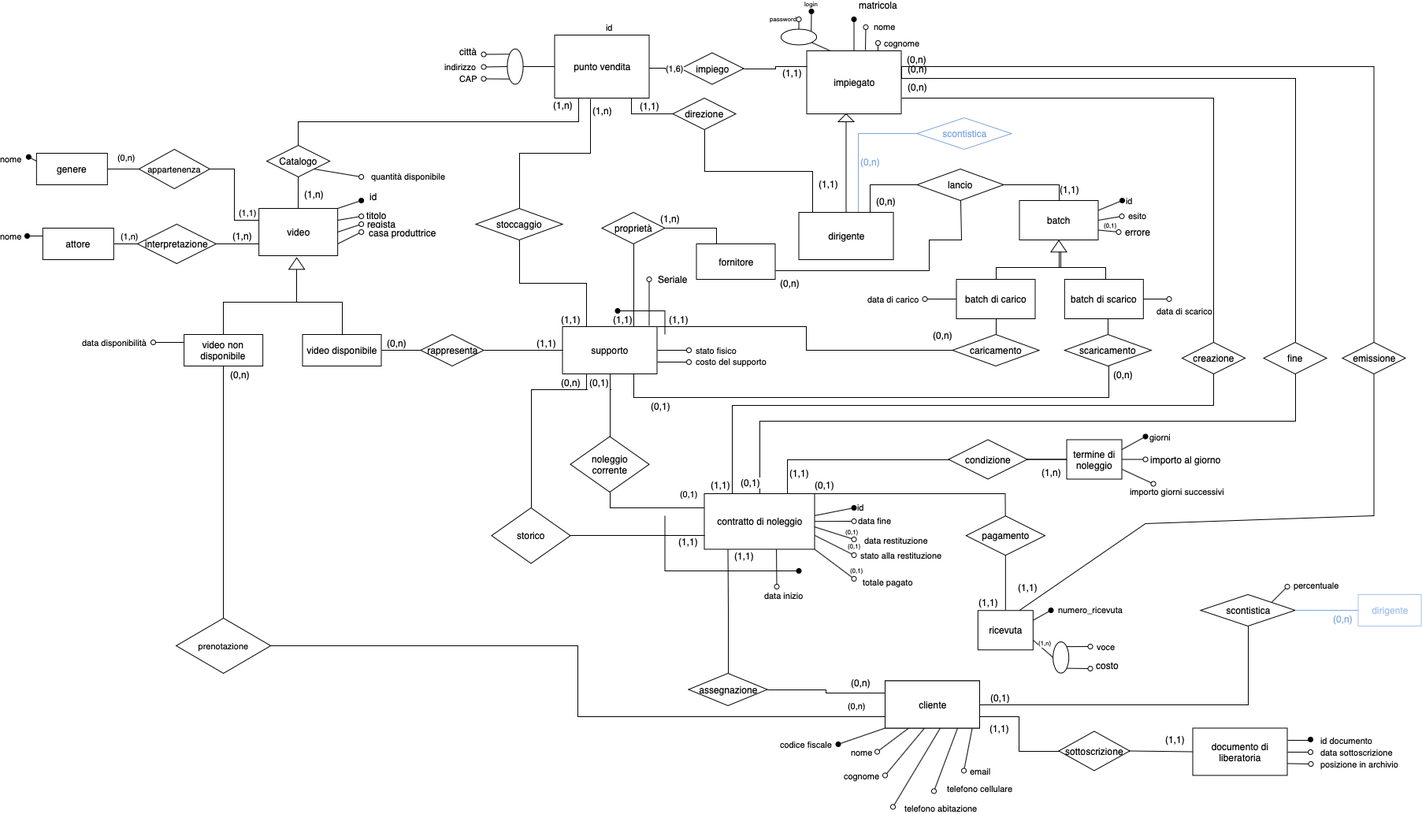
The draw.io diagram docs/Progettazione_concettuale.png in marcoromag/bd-noleggio, before a commit. Source tidied: cells renumbered, new cells last; positions are measured from the earlier drawing's top-left corner, leaving out a move shared by most shapes.
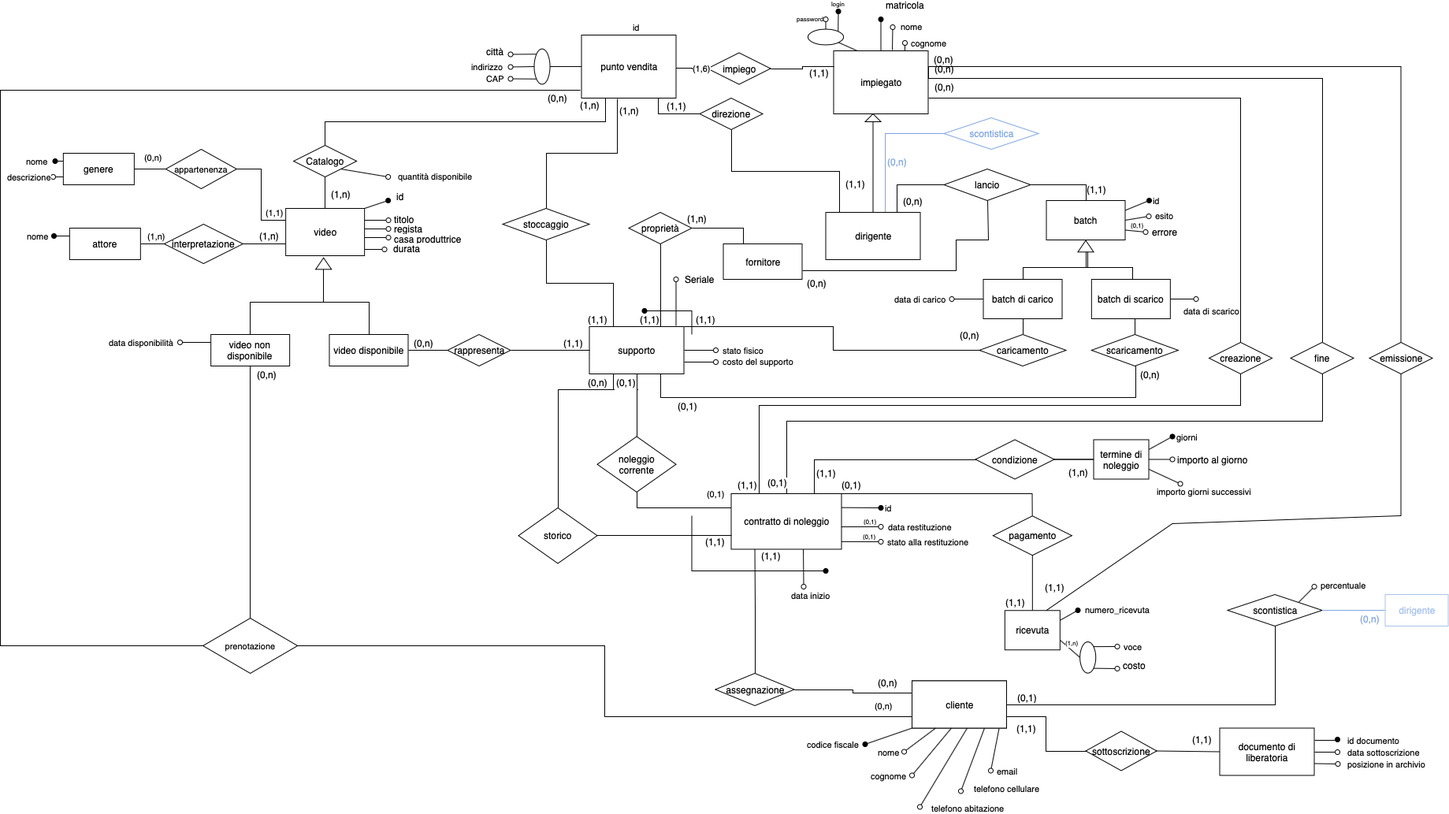
The same diagram one commit later.

What changed in the source:
```diff
@@ -122,7 +122,7 @@
     </mxCell>
     <mxCell id="29" style="rounded=0;jettySize=auto;html=1;exitX=1;exitY=0.25;exitDx=0;exitDy=0;startArrow=none;startFill=0;endArrow=oval;endFill=0;" parent="1" edge="1" source="36">
       <mxGeometry relative="1" as="geometry">
-        <mxPoint x="424.6" y="260" as="targetPoint" />
+        <mxPoint x="425" y="265" as="targetPoint" />
       </mxGeometry>
     </mxCell>
     <mxCell id="30" value="titolo" style="text;html=1;align=center;verticalAlign=middle;labelBackgroundColor=#ffffff;" parent="29" vertex="1">
@@ -130,9 +130,10 @@
         <mxPoint x="20.2" y="1" as="offset" />
       </mxGeometry>
     </mxCell>
-    <mxCell id="31" style="rounded=0;jettySize=auto;html=1;exitX=1;exitY=0.5;exitDx=0;exitDy=0;startArrow=none;startFill=0;endArrow=oval;endFill=0;" parent="1" edge="1" source="36">
+    <mxCell id="31" style="rounded=0;orthogonalLoop=1;jettySize=auto;html=1;exitX=1;exitY=0.5;exitDx=0;exitDy=0;startArrow=none;startFill=0;endArrow=oval;endFill=0;" parent="1" edge="1">
       <mxGeometry relative="1" as="geometry">
-        <mxPoint x="424.6" y="270" as="targetPoint" />
+        <mxPoint x="394.7" y="276" as="sourcePoint" />
+        <mxPoint x="425" y="276" as="targetPoint" />
       </mxGeometry>
     </mxCell>
     <mxCell id="32" value="regista" style="text;html=1;align=center;verticalAlign=middle;labelBackgroundColor=#ffffff;" parent="31" vertex="1">
@@ -140,9 +141,10 @@
         <mxPoint x="25.2" y="0.7" as="offset" />
       </mxGeometry>
     </mxCell>
-    <mxCell id="33" style="rounded=0;jettySize=auto;html=1;exitX=1;exitY=0.75;exitDx=0;exitDy=0;startArrow=none;startFill=0;endArrow=oval;endFill=0;" parent="1" edge="1" source="36">
+    <mxCell id="33" style="rounded=0;orthogonalLoop=1;jettySize=auto;html=1;exitX=1;exitY=0.75;exitDx=0;exitDy=0;startArrow=none;startFill=0;endArrow=oval;endFill=0;" parent="1" edge="1">
       <mxGeometry relative="1" as="geometry">
-        <mxPoint x="424.6" y="280" as="targetPoint" />
+        <mxPoint x="394.7" y="287" as="sourcePoint" />
+        <mxPoint x="425" y="287" as="targetPoint" />
       </mxGeometry>
     </mxCell>
     <mxCell id="34" value="casa produttrice" style="text;html=1;align=center;verticalAlign=middle;labelBackgroundColor=#ffffff;" parent="33" vertex="1">
@@ -331,45 +333,25 @@
         <mxPoint x="-4" y="12" as="offset" />
       </mxGeometry>
     </mxCell>
-    <mxCell id="76" value="data fine" style="rounded=0;jettySize=auto;html=1;exitX=1;exitY=0.5;exitDx=0;exitDy=0;startArrow=none;startFill=0;endArrow=oval;endFill=0;" parent="1" edge="1" source="84">
-      <mxGeometry x="1" y="-30" relative="1" as="geometry">
-        <mxPoint x="1050" y="647" as="targetPoint" />
-        <mxPoint x="26" y="-30" as="offset" />
-      </mxGeometry>
-    </mxCell>
-    <mxCell id="77" value="&lt;font style=&quot;font-size: 11px&quot;&gt;stato alla restituzione&lt;/font&gt;" style="rounded=0;jettySize=auto;html=1;exitX=1;exitY=0.75;exitDx=0;exitDy=0;startArrow=none;startFill=0;endArrow=oval;endFill=0;" parent="1" edge="1" source="84">
+    <mxCell id="77" value="&lt;font style=&quot;font-size: 11px&quot;&gt;stato alla restituzione&lt;/font&gt;" style="rounded=0;orthogonalLoop=1;jettySize=auto;html=1;exitX=1;exitY=0.75;exitDx=0;exitDy=0;startArrow=none;startFill=0;endArrow=oval;endFill=0;" parent="1" edge="1">
       <mxGeometry x="1" y="60" relative="1" as="geometry">
-        <mxPoint x="1050" y="690" as="targetPoint" />
-        <mxPoint x="33" y="54" as="offset" />
+        <mxPoint x="1000" y="672.9" as="sourcePoint" />
+        <mxPoint x="1050" y="673" as="targetPoint" />
+        <mxPoint x="60" y="60" as="offset" />
       </mxGeometry>
     </mxCell>
     <mxCell id="78" value="&lt;font style=&quot;font-size: 8px&quot;&gt;(0,1)&lt;/font&gt;" style="text;html=1;align=center;verticalAlign=middle;labelBackgroundColor=#ffffff;" parent="77" vertex="1">
       <mxGeometry x="0.21" y="1" relative="1" as="geometry">
-        <mxPoint x="19.2" y="-3" as="offset" />
+        <mxPoint x="4.5" y="-7.7" as="offset" />
       </mxGeometry>
     </mxCell>
-    <mxCell id="79" style="rounded=0;jettySize=auto;html=1;startArrow=none;startFill=0;endArrow=oval;endFill=0;exitX=1;exitY=1;exitDx=0;exitDy=0;" parent="1" edge="1" source="84">
-      <mxGeometry relative="1" as="geometry">
-        <mxPoint x="1050" y="720" as="targetPoint" />
-      </mxGeometry>
-    </mxCell>
-    <mxCell id="80" value="&lt;font style=&quot;font-size: 11px&quot;&gt;totale pagato&lt;/font&gt;" style="text;html=1;align=center;verticalAlign=middle;labelBackgroundColor=#ffffff;" parent="79" vertex="1">
-      <mxGeometry x="0.33" y="-1" relative="1" as="geometry">
-        <mxPoint x="59.8" y="15.1" as="offset" />
-      </mxGeometry>
-    </mxCell>
-    <mxCell id="81" value="(0,1)" style="text;html=1;align=center;verticalAlign=middle;labelBackgroundColor=#ffffff;fontSize=8;" parent="79" vertex="1">
-      <mxGeometry x="0.37" y="-1" relative="1" as="geometry">
-        <mxPoint x="18.7" as="offset" />
-      </mxGeometry>
-    </mxCell>
     <mxCell id="82" style="edgeStyle=orthogonalEdgeStyle;rounded=0;jettySize=auto;html=1;exitX=0.75;exitY=0;exitDx=0;exitDy=0;entryX=0;entryY=0.5;entryDx=0;entryDy=0;startArrow=none;startFill=0;endArrow=none;endFill=0;strokeColor=#000000;" parent="1" edge="1" source="84" target="117">
       <mxGeometry relative="1" as="geometry" />
     </mxCell>
-    <mxCell id="83" value="id" style="rounded=0;jettySize=auto;html=1;exitX=0.996;exitY=0.397;exitDx=0;exitDy=0;endArrow=oval;endFill=1;exitPerimeter=0;" parent="1" edge="1" source="84">
-      <mxGeometry x="1" y="-10" relative="1" as="geometry">
+    <mxCell id="83" value="id" style="rounded=0;jettySize=auto;html=1;exitX=1;exitY=0.25;exitDx=0;exitDy=0;endArrow=oval;endFill=1;" parent="1" edge="1" source="84">
+      <mxGeometry x="1" y="10" relative="1" as="geometry">
         <mxPoint x="1050" y="630" as="targetPoint" />
-        <mxPoint x="7" y="-10" as="offset" />
+        <mxPoint x="10" y="10" as="offset" />
       </mxGeometry>
     </mxCell>
     <mxCell id="84" value="contratto di noleggio" style="rounded=0;whiteSpace=wrap;html=1;" parent="1" vertex="1">
@@ -668,14 +650,14 @@
       </mxGeometry>
     </mxCell>
     <mxCell id="148" value="&lt;font style=&quot;font-size: 11px&quot;&gt;data restituzione&lt;/font&gt;" style="rounded=0;jettySize=auto;html=1;exitX=0.998;exitY=0.597;exitDx=0;exitDy=0;startArrow=none;startFill=0;endArrow=oval;endFill=0;exitPerimeter=0;" parent="1" edge="1" source="84">
-      <mxGeometry x="1" y="50" relative="1" as="geometry">
-        <mxPoint x="1050" y="670" as="targetPoint" />
-        <mxPoint x="39" y="49" as="offset" />
+      <mxGeometry x="1" y="-50" relative="1" as="geometry">
+        <mxPoint x="1050" y="654" as="targetPoint" />
+        <mxPoint x="50" y="-50" as="offset" />
       </mxGeometry>
     </mxCell>
     <mxCell id="149" value="(0,1)" style="text;html=1;align=center;verticalAlign=middle;labelBackgroundColor=#ffffff;fontSize=8;" parent="148" vertex="1">
       <mxGeometry x="0.31" relative="1" as="geometry">
-        <mxPoint x="13.9" y="-4.6" as="offset" />
+        <mxPoint x="2.9" y="-6.6" as="offset" />
       </mxGeometry>
     </mxCell>
     <mxCell id="150" value="login" style="edgeStyle=none;rounded=0;jettySize=auto;html=1;exitX=0;exitY=0;exitDx=0;exitDy=0;startArrow=none;startFill=0;endArrow=oval;endFill=1;strokeColor=#000000;fontSize=8;" parent="1" edge="1" source="153">
@@ -697,7 +679,7 @@
     </mxCell>
     <mxCell id="154" style="edgeStyle=none;rounded=0;jettySize=auto;html=1;exitX=0;exitY=0.25;exitDx=0;exitDy=0;startArrow=none;startFill=0;endArrow=oval;endFill=1;strokeColor=#000000;fontSize=8;" parent="1" edge="1" source="158">
       <mxGeometry relative="1" as="geometry">
-        <mxPoint x="2.4" y="184.7" as="targetPoint" />
+        <mxPoint x="2" y="190" as="targetPoint" />
       </mxGeometry>
     </mxCell>
     <mxCell id="155" value="nome" style="text;html=1;align=center;verticalAlign=middle;labelBackgroundColor=#ffffff;fontSize=11;" parent="154" vertex="1">
@@ -713,6 +695,12 @@
         <mxPoint x="9.2" y="-15" as="offset" />
       </mxGeometry>
     </mxCell>
+    <mxCell id="225" value="descrizione" style="edgeStyle=orthogonalEdgeStyle;rounded=0;jettySize=auto;html=1;exitX=0;exitY=0.75;exitDx=0;exitDy=0;endArrow=oval;endFill=0;" parent="1" edge="1" source="158">
+      <mxGeometry x="1" y="30" relative="1" as="geometry">
+        <mxPoint x="-0.1" y="209.9" as="targetPoint" />
+        <mxPoint x="-30" y="-30" as="offset" />
+      </mxGeometry>
+    </mxCell>
     <mxCell id="158" value="genere" style="rounded=0;whiteSpace=wrap;html=1;" parent="1" vertex="1">
       <mxGeometry x="12.4" y="180" width="90" height="40" as="geometry" />
     </mxCell>
@@ -777,6 +765,19 @@
         <mxPoint x="23.1" y="-13.9" as="offset" />
       </mxGeometry>
     </mxCell>
+    <mxCell id="226" style="edgeStyle=orthogonalEdgeStyle;rounded=0;jettySize=auto;html=1;exitX=0;exitY=0.5;exitDx=0;exitDy=0;entryX=-0.01;entryY=0.878;entryDx=0;entryDy=0;entryPerimeter=0;endArrow=none;endFill=0;" parent="1" edge="1" source="174" target="7">
+      <mxGeometry relative="1" as="geometry">
+        <Array as="points">
+          <mxPoint x="-68" y="805" />
+          <mxPoint x="-68" y="100" />
+        </Array>
+      </mxGeometry>
+    </mxCell>
+    <mxCell id="227" value="(0,n)" style="text;html=1;align=center;verticalAlign=middle;labelBackgroundColor=#ffffff;" parent="226" vertex="1">
+      <mxGeometry x="0.98" y="2" relative="1" as="geometry">
+        <mxPoint x="-9.9" y="11.6" as="offset" />
+      </mxGeometry>
+    </mxCell>
     <mxCell id="174" value="prenotazione" style="rhombus;whiteSpace=wrap;html=1;fontSize=11;" parent="1" vertex="1">
       <mxGeometry x="189.6" y="770" width="120" height="70" as="geometry" />
     </mxCell>
@@ -1013,5 +1014,19 @@
     <mxCell id="224" value="&lt;font color=&quot;#a9c4eb&quot;&gt;dirigente&lt;/font&gt;" style="rounded=0;whiteSpace=wrap;html=1;strokeColor=#A9C4EB;" parent="1" vertex="1">
       <mxGeometry x="1690" y="740" width="80" height="40" as="geometry" />
     </mxCell>
+    <mxCell id="228" style="rounded=0;orthogonalLoop=1;jettySize=auto;html=1;exitX=1;exitY=1;exitDx=0;exitDy=0;startArrow=none;startFill=0;endArrow=oval;endFill=0;" parent="1" edge="1">
+      <mxGeometry relative="1" as="geometry">
+        <mxPoint x="394.7" y="302" as="sourcePoint" />
+        <mxPoint x="420" y="302" as="targetPoint" />
+      </mxGeometry>
+    </mxCell>
+    <mxCell id="229" value="durata" style="text;html=1;align=left;verticalAlign=middle;labelBackgroundColor=#ffffff;" parent="228" vertex="1">
+      <mxGeometry x="1" y="-3" relative="1" as="geometry">
+        <mxPoint x="9.4" y="-5" as="offset" />
+      </mxGeometry>
+    </mxCell>
+    <mxCell id="230" value="&lt;br&gt;" style="text;html=1;align=center;verticalAlign=middle;" parent="1" vertex="1">
+      <mxGeometry x="134.5" y="798" width="20" height="20" as="geometry" />
+    </mxCell>
   </root>
 </mxGraphModel>
```
